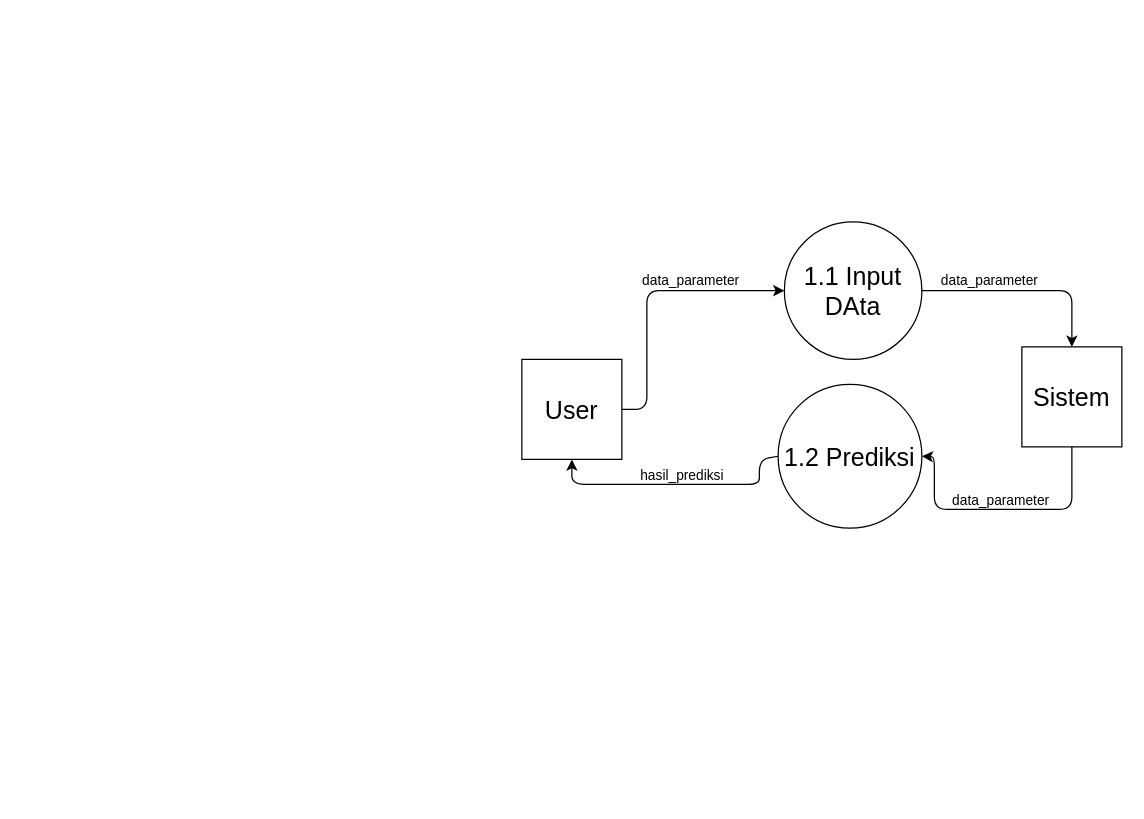
Earlier version of the draw.io diagram Images/dfd_level2.drawio (rshby/skripsi). Source tidied: cells renumbered, new cells numbered last; positions are measured from the earlier drawing's top-left corner, leaving out a move shared by most shapes. Both pictures are drawn from the tidied source at 125%, with x=0, y=0 at pixel (521, 221).
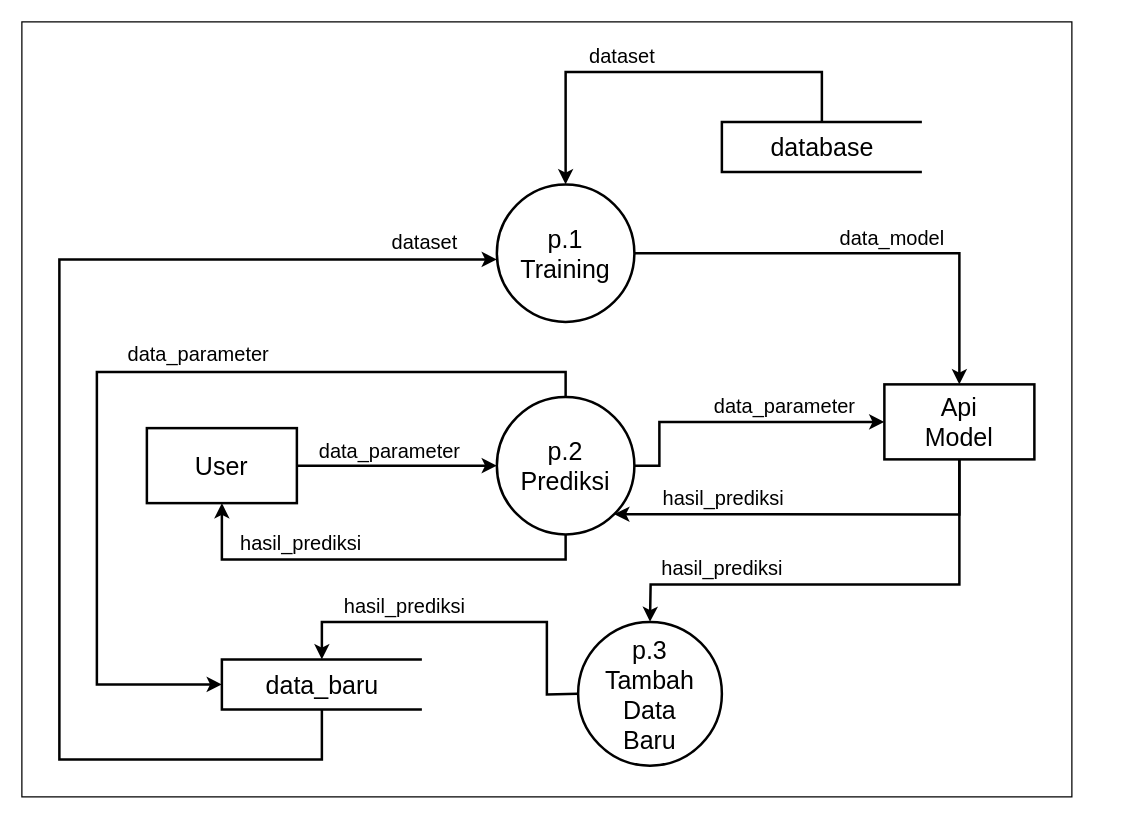
The same diagram, later.

The edit, as a diff of the source:
```diff
@@
+    <mxCell id="14" style="group;" parent="1" vertex="1">
+      <mxGeometry x="-400" y="-160" width="840" height="620" as="geometry" />
+    </mxCell>
+    <mxCell id="15" style="rounded=0;whiteSpace=wrap;html=1;labelBackgroundColor=none;strokeWidth=1;verticalAlign=bottom;" parent="14" vertex="1">
+      <mxGeometry width="840" height="620" as="geometry" />
+    </mxCell>
-    <mxCell id="2" value="&lt;font style=&quot;font-size: 20px&quot;&gt;1.1 Input DAta&lt;/font&gt;" style="ellipse;whiteSpace=wrap;html=1;" parent="1" vertex="1">
-      <mxGeometry x="210" width="110" height="110" as="geometry" />
+    <mxCell id="2" value="&lt;font style=&quot;font-size: 20px&quot;&gt;p.2&lt;br&gt;Prediksi&lt;br&gt;&lt;/font&gt;" style="ellipse;whiteSpace=wrap;html=1;strokeWidth=2;" parent="14" vertex="1">
+      <mxGeometry x="380" y="300" width="110" height="110" as="geometry" />
     </mxCell>
-    <mxCell id="3" value="&lt;font style=&quot;font-size: 20px&quot;&gt;1.2 Prediksi&lt;/font&gt;" style="ellipse;whiteSpace=wrap;html=1;" parent="1" vertex="1">
-      <mxGeometry x="205" y="130" width="115" height="115" as="geometry" />
+    <mxCell id="3" value="&lt;font style=&quot;font-size: 20px&quot;&gt;p.3&lt;br&gt;Tambah&lt;br&gt;Data&lt;br&gt;Baru&lt;br&gt;&lt;/font&gt;" style="ellipse;whiteSpace=wrap;html=1;strokeWidth=2;" parent="14" vertex="1">
+      <mxGeometry x="445" y="480" width="115" height="115" as="geometry" />
     </mxCell>
-    <mxCell id="4" value="&lt;font style=&quot;font-size: 20px&quot;&gt;User&lt;/font&gt;" style="whiteSpace=wrap;html=1;" parent="1" vertex="1">
-      <mxGeometry y="110" width="80" height="80" as="geometry" />
+    <mxCell id="4" value="&lt;font style=&quot;font-size: 20px&quot;&gt;User&lt;/font&gt;" style="rounded=0;whiteSpace=wrap;html=1;strokeWidth=2;" parent="14" vertex="1">
+      <mxGeometry x="100" y="325" width="120" height="60" as="geometry" />
     </mxCell>
-    <mxCell id="5" value="&lt;font style=&quot;font-size: 20px&quot;&gt;Sistem&lt;/font&gt;" style="whiteSpace=wrap;html=1;" parent="1" vertex="1">
-      <mxGeometry x="400" y="100" width="80" height="80" as="geometry" />
-    </mxCell>
+    <mxCell id="16" value="&lt;font style=&quot;font-size: 20px&quot;&gt;Api&lt;br&gt;Model&lt;br&gt;&lt;/font&gt;" style="rounded=0;whiteSpace=wrap;html=1;strokeWidth=2;" parent="14" vertex="1">
+      <mxGeometry x="690" y="290" width="120" height="60" as="geometry" />
+    </mxCell>
+    <mxCell id="17" value="&lt;font style=&quot;font-size: 20px&quot;&gt;data_baru&lt;/font&gt;" style="strokeWidth=2;html=1;shape=mxgraph.flowchart.annotation_1;align=center;" parent="14" vertex="1">
+      <mxGeometry x="160" y="510" width="160" height="40" as="geometry" />
+    </mxCell>
+    <mxCell id="18" value="&lt;font style=&quot;font-size: 20px&quot;&gt;database&lt;/font&gt;" style="strokeWidth=2;html=1;shape=mxgraph.flowchart.annotation_1;align=center;" parent="14" vertex="1">
+      <mxGeometry x="560" y="80" width="160" height="40" as="geometry" />
+    </mxCell>
+    <mxCell id="19" value="&lt;font style=&quot;font-size: 20px&quot;&gt;p.1&lt;br&gt;Training&lt;br&gt;&lt;/font&gt;" style="ellipse;whiteSpace=wrap;html=1;strokeWidth=2;" parent="14" vertex="1">
+      <mxGeometry x="380" y="130" width="110" height="110" as="geometry" />
+    </mxCell>
+    <mxCell id="20" style="endArrow=classic;html=1;strokeWidth=2;exitX=0.5;exitY=0;exitDx=0;exitDy=0;exitPerimeter=0;entryX=0.5;entryY=0;entryDx=0;entryDy=0;rounded=0;" parent="14" edge="1" source="18" target="19">
+      <mxGeometry relative="1" as="geometry">
+        <Array as="points">
+          <mxPoint x="640" y="40" />
+          <mxPoint x="435" y="40" />
+        </Array>
+      </mxGeometry>
+    </mxCell>
+    <mxCell id="21" value="&lt;font style=&quot;font-size: 16px&quot;&gt;dataset&lt;/font&gt;" style="edgeLabel;html=1;align=center;verticalAlign=bottom;labelBackgroundColor=none;" parent="20" vertex="1">
+      <mxGeometry x="0.1" y="-1" relative="1" as="geometry">
+        <mxPoint x="-17" y="-1" as="offset" />
+      </mxGeometry>
+    </mxCell>
+    <mxCell id="22" style="endArrow=classic;html=1;strokeWidth=2;exitX=1;exitY=0.5;exitDx=0;exitDy=0;entryX=0.5;entryY=0;entryDx=0;entryDy=0;rounded=0;" parent="14" edge="1" source="19" target="16">
+      <mxGeometry relative="1" as="geometry">
+        <Array as="points">
+          <mxPoint x="750" y="185" />
+        </Array>
+      </mxGeometry>
+    </mxCell>
+    <mxCell id="23" value="&lt;font style=&quot;font-size: 16px&quot;&gt;data_model&lt;/font&gt;" style="edgeLabel;html=1;align=center;verticalAlign=bottom;labelBackgroundColor=none;" parent="22" vertex="1">
+      <mxGeometry x="-0.46" y="2" relative="1" as="geometry">
+        <mxPoint x="106" y="1" as="offset" />
+      </mxGeometry>
+    </mxCell>
-    <mxCell id="6" style="endArrow=classic;html=1;exitX=1;exitY=0.5;exitDx=0;exitDy=0;entryX=0;entryY=0.5;entryDx=0;entryDy=0;" parent="1" edge="1" source="4" target="2">
-      <mxGeometry relative="1" as="geometry">
-        <Array as="points">
-          <mxPoint x="100" y="150" />
-          <mxPoint x="100" y="55" />
-        </Array>
-      </mxGeometry>
+    <mxCell id="6" style="endArrow=classic;html=1;strokeWidth=2;exitX=1;exitY=0.5;exitDx=0;exitDy=0;entryX=0;entryY=0.5;entryDx=0;entryDy=0;" parent="14" edge="1" source="4" target="2">
+      <mxGeometry relative="1" as="geometry" />
     </mxCell>
-    <mxCell id="7" value="data_parameter" style="edgeLabel;html=1;align=center;verticalAlign=bottom;labelBackgroundColor=none;" parent="6" vertex="1">
-      <mxGeometry x="0.32" relative="1" as="geometry" />
-    </mxCell>
-    <mxCell id="8" style="endArrow=classic;html=1;exitX=1;exitY=0.5;exitDx=0;exitDy=0;entryX=0.5;entryY=0;entryDx=0;entryDy=0;" parent="1" edge="1" source="2" target="5">
-      <mxGeometry relative="1" as="geometry">
-        <Array as="points">
-          <mxPoint x="440" y="55" />
-        </Array>
-      </mxGeometry>
-    </mxCell>
-    <mxCell id="9" value="data_parameter" style="edgeLabel;html=1;align=center;verticalAlign=bottom;labelBackgroundColor=none;" parent="8" vertex="1">
-      <mxGeometry x="-0.57" y="2" relative="1" as="geometry">
-        <mxPoint x="18" y="2" as="offset" />
-      </mxGeometry>
-    </mxCell>
-    <mxCell id="10" style="endArrow=classic;html=1;exitX=0;exitY=0.5;exitDx=0;exitDy=0;entryX=0.5;entryY=1;entryDx=0;entryDy=0;" parent="1" edge="1" source="3" target="4">
-      <mxGeometry relative="1" as="geometry">
-        <Array as="points">
-          <mxPoint x="190" y="190" />
-          <mxPoint x="190" y="210" />
-          <mxPoint x="40" y="210" />
-        </Array>
-      </mxGeometry>
-    </mxCell>
-    <mxCell id="11" value="hasil_prediksi" style="edgeLabel;html=1;align=center;verticalAlign=bottom;labelBackgroundColor=none;" parent="10" vertex="1">
-      <mxGeometry x="0.25" y="1" relative="1" as="geometry">
-        <mxPoint x="30" as="offset" />
-      </mxGeometry>
-    </mxCell>
-    <mxCell id="12" style="endArrow=classic;html=1;entryX=1;entryY=0.5;entryDx=0;entryDy=0;" parent="1" edge="1" target="3">
-      <mxGeometry relative="1" as="geometry">
-        <mxPoint x="440" y="180" as="sourcePoint" />
-        <Array as="points">
-          <mxPoint x="440" y="230" />
-          <mxPoint x="330" y="230" />
-          <mxPoint x="330" y="188" />
-        </Array>
-      </mxGeometry>
-    </mxCell>
-    <mxCell id="13" value="data_parameter" style="edgeLabel;html=1;align=center;verticalAlign=bottom;labelBackgroundColor=none;" parent="12" vertex="1">
-      <mxGeometry x="0.28" y="1" relative="1" as="geometry">
-        <mxPoint x="28" as="offset" />
-      </mxGeometry>
-    </mxCell>
+    <mxCell id="24" value="&lt;font style=&quot;font-size: 16px&quot;&gt;data_parameter&lt;/font&gt;" style="edgeLabel;html=1;align=center;verticalAlign=bottom;labelBackgroundColor=none;" parent="6" vertex="1">
+      <mxGeometry x="-0.59" relative="1" as="geometry">
+        <mxPoint x="40" y="-1" as="offset" />
+      </mxGeometry>
+    </mxCell>
+    <mxCell id="25" style="endArrow=classic;html=1;strokeWidth=2;exitX=1;exitY=0.5;exitDx=0;exitDy=0;entryX=0;entryY=0.5;entryDx=0;entryDy=0;rounded=0;" parent="14" edge="1" source="2" target="16">
+      <mxGeometry relative="1" as="geometry">
+        <Array as="points">
+          <mxPoint x="510" y="355" />
+          <mxPoint x="510" y="320" />
+        </Array>
+      </mxGeometry>
+    </mxCell>
+    <mxCell id="26" value="&lt;font style=&quot;font-size: 16px&quot;&gt;data_parameter&lt;/font&gt;" style="edgeLabel;html=1;align=center;verticalAlign=bottom;labelBackgroundColor=none;" parent="25" vertex="1">
+      <mxGeometry x="-0.6" y="1" relative="1" as="geometry">
+        <mxPoint x="100" y="-10" as="offset" />
+      </mxGeometry>
+    </mxCell>
+    <mxCell id="27" style="endArrow=classic;html=1;strokeWidth=2;exitX=0.5;exitY=1;exitDx=0;exitDy=0;entryX=0.5;entryY=1;entryDx=0;entryDy=0;rounded=0;" parent="14" edge="1" source="2" target="4">
+      <mxGeometry relative="1" as="geometry">
+        <Array as="points">
+          <mxPoint x="435" y="430" />
+          <mxPoint x="160" y="430" />
+        </Array>
+      </mxGeometry>
+    </mxCell>
+    <mxCell id="28" value="&lt;font style=&quot;font-size: 16px&quot;&gt;hasil_prediksi&lt;/font&gt;" style="edgeLabel;html=1;align=center;verticalAlign=bottom;labelBackgroundColor=none;" parent="27" vertex="1">
+      <mxGeometry x="0.17" y="1" relative="1" as="geometry">
+        <mxPoint x="-34" y="-3" as="offset" />
+      </mxGeometry>
+    </mxCell>
+    <mxCell id="29" style="endArrow=classic;html=1;strokeWidth=2;exitX=0.5;exitY=1;exitDx=0;exitDy=0;entryX=0.5;entryY=0;entryDx=0;entryDy=0;rounded=0;" parent="14" edge="1" source="16" target="3">
+      <mxGeometry relative="1" as="geometry">
+        <Array as="points">
+          <mxPoint x="750" y="450" />
+          <mxPoint x="503" y="450" />
+        </Array>
+      </mxGeometry>
+    </mxCell>
+    <mxCell id="30" value="&lt;font style=&quot;font-size: 16px&quot;&gt;hasil_prediksi&lt;/font&gt;" style="edgeLabel;html=1;align=center;verticalAlign=bottom;labelBackgroundColor=none;" parent="29" vertex="1">
+      <mxGeometry x="0.65" y="2" relative="1" as="geometry">
+        <mxPoint x="20" y="-4" as="offset" />
+      </mxGeometry>
+    </mxCell>
+    <mxCell id="31" style="endArrow=classic;html=1;strokeWidth=2;exitX=0.5;exitY=1;exitDx=0;exitDy=0;entryX=1;entryY=1;entryDx=0;entryDy=0;rounded=0;" parent="14" edge="1" source="16" target="2">
+      <mxGeometry relative="1" as="geometry">
+        <Array as="points">
+          <mxPoint x="750" y="394" />
+        </Array>
+      </mxGeometry>
+    </mxCell>
+    <mxCell id="32" value="&lt;font style=&quot;font-size: 16px&quot;&gt;hasil_prediksi&lt;/font&gt;" style="edgeLabel;html=1;align=center;verticalAlign=bottom;labelBackgroundColor=none;" parent="31" vertex="1">
+      <mxGeometry x="0.34" y="-1" relative="1" as="geometry">
+        <mxPoint x="-20" y="-1" as="offset" />
+      </mxGeometry>
+    </mxCell>
+    <mxCell id="33" style="endArrow=classic;html=1;strokeWidth=2;exitX=0;exitY=0.5;exitDx=0;exitDy=0;entryX=0.5;entryY=0;entryDx=0;entryDy=0;entryPerimeter=0;rounded=0;" parent="14" edge="1" source="3" target="17">
+      <mxGeometry relative="1" as="geometry">
+        <Array as="points">
+          <mxPoint x="420" y="538" />
+          <mxPoint x="420" y="480" />
+          <mxPoint x="240" y="480" />
+        </Array>
+      </mxGeometry>
+    </mxCell>
+    <mxCell id="34" value="&lt;font style=&quot;font-size: 16px&quot;&gt;hasil_prediksi&lt;/font&gt;" style="edgeLabel;html=1;align=center;verticalAlign=bottom;labelBackgroundColor=none;" parent="33" vertex="1">
+      <mxGeometry x="0.47" relative="1" as="geometry">
+        <mxPoint x="17" y="-2" as="offset" />
+      </mxGeometry>
+    </mxCell>
+    <mxCell id="35" style="endArrow=classic;html=1;strokeWidth=2;exitX=0.5;exitY=0;exitDx=0;exitDy=0;entryX=0;entryY=0.5;entryDx=0;entryDy=0;entryPerimeter=0;rounded=0;" parent="14" edge="1" source="2" target="17">
+      <mxGeometry relative="1" as="geometry">
+        <Array as="points">
+          <mxPoint x="435" y="280" />
+          <mxPoint x="60" y="280" />
+          <mxPoint x="60" y="530" />
+        </Array>
+      </mxGeometry>
+    </mxCell>
+    <mxCell id="36" value="&lt;font style=&quot;font-size: 16px&quot;&gt;data_parameter&lt;/font&gt;" style="edgeLabel;html=1;align=center;verticalAlign=bottom;" parent="35" vertex="1">
+      <mxGeometry x="-0.53" y="-2" relative="1" as="geometry">
+        <mxPoint x="-140" y="-1" as="offset" />
+      </mxGeometry>
+    </mxCell>
+    <mxCell id="37" style="endArrow=classic;html=1;strokeWidth=2;exitX=0.5;exitY=1;exitDx=0;exitDy=0;exitPerimeter=0;rounded=0;" parent="14" edge="1" source="17">
+      <mxGeometry relative="1" as="geometry">
+        <mxPoint x="380" y="190" as="targetPoint" />
+        <Array as="points">
+          <mxPoint x="240" y="590" />
+          <mxPoint x="30" y="590" />
+          <mxPoint x="30" y="190" />
+        </Array>
+      </mxGeometry>
+    </mxCell>
+    <mxCell id="38" value="&lt;font style=&quot;font-size: 16px&quot;&gt;dataset&lt;/font&gt;" style="edgeLabel;html=1;align=center;verticalAlign=bottom;labelBackgroundColor=none;" parent="37" vertex="1">
+      <mxGeometry x="0.8" y="-1" relative="1" as="geometry">
+        <mxPoint x="41" y="-4" as="offset" />
+      </mxGeometry>
+    </mxCell>
```
